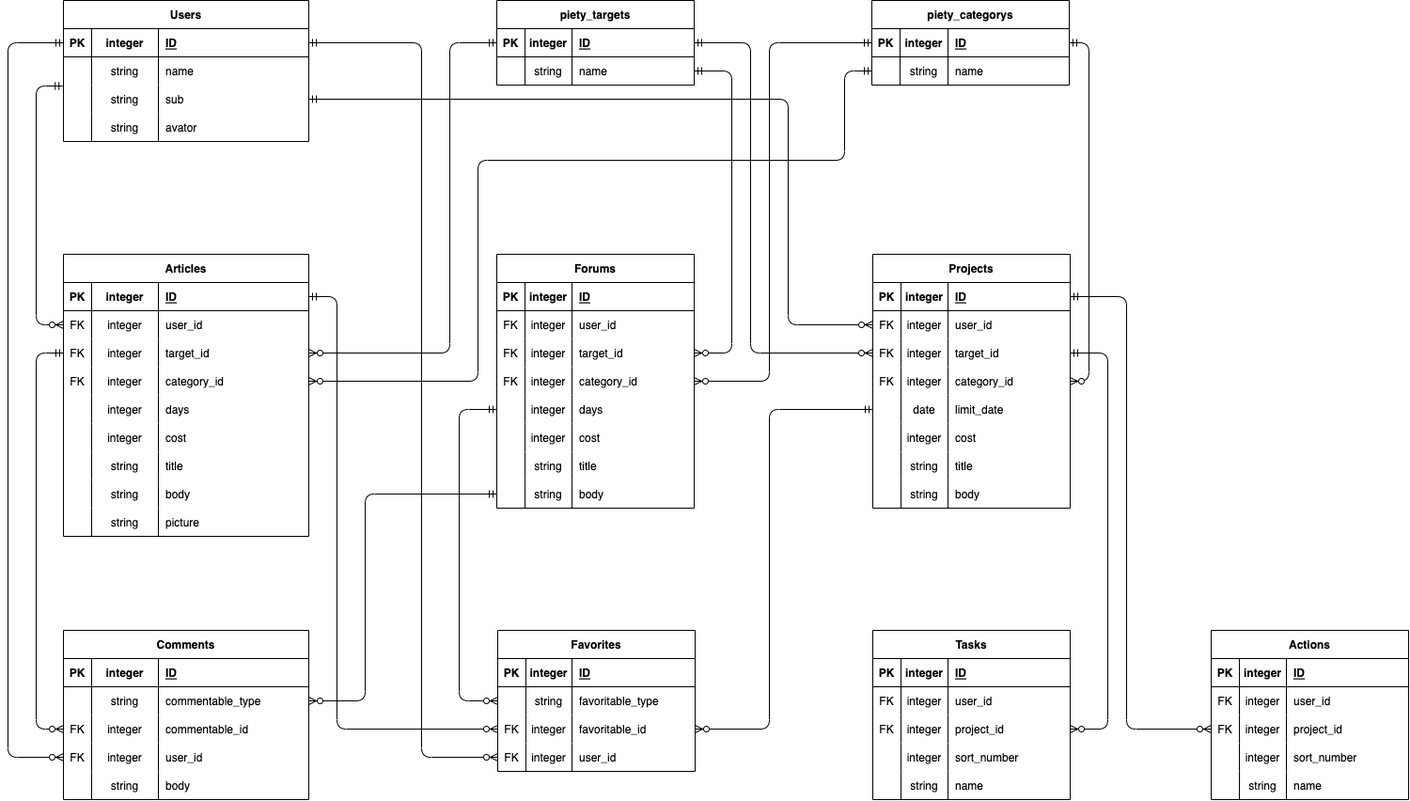
Earlier version of the draw.io export er.drawio.png (hibi6toshi/cocoaer). Source tidied: cells renumbered, new cells last; positions are measured from the earlier drawing's top-left corner, leaving out a move shared by most shapes.
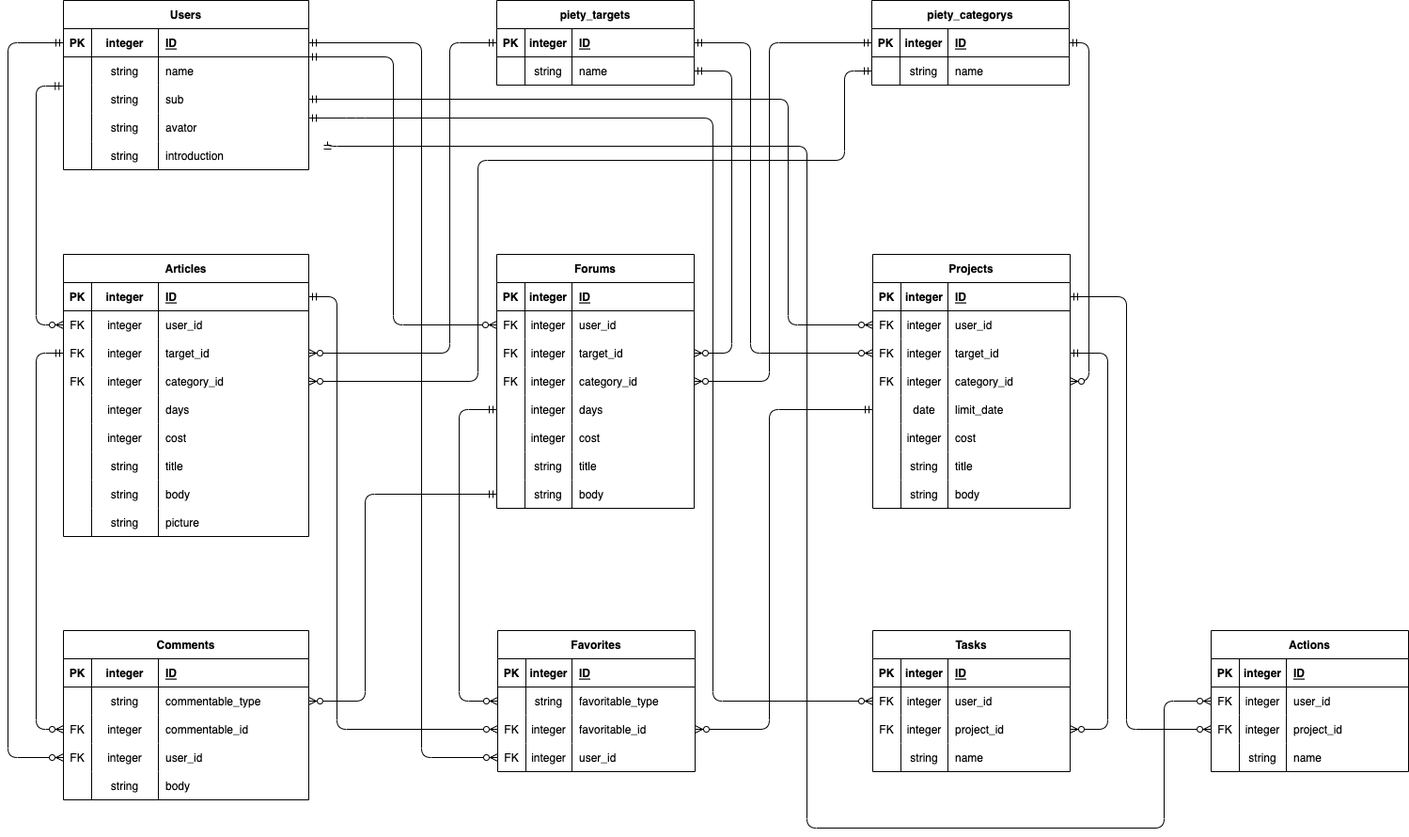
Later version of the same file.

Commit message:
sort_numberの削除

Change to the diagram source:
```diff
@@ -426,7 +426,7 @@
       <mxGeometry x="79" width="131" height="30" as="geometry" />
     </mxCell>
     <mxCell id="143" value="Users" style="shape=table;startSize=30;rowLines=0;fontStyle=1;align=center;" parent="1" vertex="1">
-      <mxGeometry x="59" width="261" height="150" as="geometry" />
+      <mxGeometry x="59" width="261" height="180" as="geometry" />
     </mxCell>
     <mxCell id="144" style="shape=tableRow;horizontal=0;startSize=0;swimlaneHead=0;swimlaneBody=0;fillColor=none;points=[[0,0.5],[1,0.5]];portConstraint=eastwest;top=0;left=0;right=0;bottom=1;" parent="143" vertex="1">
       <mxGeometry y="30" width="261" height="30" as="geometry" />
@@ -476,6 +476,18 @@
     <mxCell id="159" value="avator" style="shape=partialRectangle;fillColor=none;top=0;left=0;bottom=0;right=0;align=left;spacingLeft=6;overflow=hidden;" parent="156" vertex="1">
       <mxGeometry x="101" width="160" height="30" as="geometry" />
     </mxCell>
+    <mxCell id="240" style="shape=tableRow;horizontal=0;startSize=0;swimlaneHead=0;swimlaneBody=0;fillColor=none;top=0;left=0;right=0;bottom=0;" parent="143" vertex="1">
+      <mxGeometry y="150" width="261" height="30" as="geometry" />
+    </mxCell>
+    <mxCell id="241" style="shape=partialRectangle;fillColor=none;top=0;left=0;bottom=0;right=0;overflow=hidden;" parent="240" vertex="1">
+      <mxGeometry width="30" height="30" as="geometry" />
+    </mxCell>
+    <mxCell id="242" value="string" style="shape=partialRectangle;fillColor=none;top=0;left=0;bottom=0;right=0;overflow=hidden;" parent="240" vertex="1">
+      <mxGeometry x="30" width="71" height="30" as="geometry" />
+    </mxCell>
+    <mxCell id="243" value="introduction" style="shape=partialRectangle;fillColor=none;top=0;left=0;bottom=0;right=0;align=left;spacingLeft=6;overflow=hidden;" parent="240" vertex="1">
+      <mxGeometry x="101" width="160" height="30" as="geometry" />
+    </mxCell>
     <mxCell id="160" value="piety_categorys" style="shape=table;startSize=30;rowLines=0;fontStyle=1;align=center;" parent="1" vertex="1">
       <mxGeometry x="919" width="210" height="90" as="geometry" />
     </mxCell>
@@ -570,11 +582,12 @@
         </Array>
       </mxGeometry>
     </mxCell>
-    <mxCell id="183" style="edgeStyle=orthogonalEdgeStyle;fontSize=12;html=1;endArrow=ERzeroToMany;startArrow=ERmandOne;entryX=0;entryY=0.5;entryDx=0;entryDy=0;exitX=1;exitY=0.5;exitDx=0;exitDy=0;" parent="1" edge="1" source="x" target="98">
+    <mxCell id="183" style="edgeStyle=orthogonalEdgeStyle;fontSize=12;html=1;endArrow=ERzeroToMany;startArrow=ERmandOne;entryX=0;entryY=0.5;entryDx=0;entryDy=0;exitX=1;exitY=0.5;exitDx=0;exitDy=0;" parent="1" edge="1" target="98">
       <mxGeometry relative="1" as="geometry">
+        <mxPoint x="320" y="60" as="sourcePoint" />
         <Array as="points">
-          <mxPoint x="410" y="185" />
-          <mxPoint x="410" y="545" />
+          <mxPoint x="410" y="60" />
+          <mxPoint x="410" y="345" />
         </Array>
       </mxGeometry>
     </mxCell>
@@ -587,7 +600,7 @@
       </mxGeometry>
     </mxCell>
     <mxCell id="185" value="Tasks" style="shape=table;startSize=30;rowLines=0;fontStyle=1;align=center;" parent="1" vertex="1">
-      <mxGeometry x="920" y="670" width="210" height="180" as="geometry" />
+      <mxGeometry x="920" y="670" width="210" height="150" as="geometry" />
     </mxCell>
     <mxCell id="186" style="shape=tableRow;horizontal=0;startSize=0;swimlaneHead=0;swimlaneBody=0;fillColor=none;top=0;left=0;right=0;bottom=1;" parent="185" vertex="1">
       <mxGeometry y="30" width="210" height="30" as="geometry" />
@@ -625,20 +638,8 @@
     <mxCell id="197" value="project_id" style="shape=partialRectangle;fillColor=none;top=0;left=0;bottom=0;right=0;align=left;spacingLeft=6;overflow=hidden;" parent="194" vertex="1">
       <mxGeometry x="80" width="130" height="30" as="geometry" />
     </mxCell>
-    <mxCell id="198" style="shape=tableRow;horizontal=0;startSize=0;swimlaneHead=0;swimlaneBody=0;fillColor=none;top=0;left=0;right=0;bottom=0;" parent="185" vertex="1">
-      <mxGeometry y="120" width="210" height="30" as="geometry" />
-    </mxCell>
-    <mxCell id="199" style="shape=partialRectangle;fillColor=none;top=0;left=0;bottom=0;right=0;overflow=hidden;" parent="198" vertex="1">
-      <mxGeometry width="30" height="30" as="geometry" />
-    </mxCell>
-    <mxCell id="200" value="integer" style="shape=partialRectangle;fillColor=none;top=0;left=0;bottom=0;right=0;overflow=hidden;" parent="198" vertex="1">
-      <mxGeometry x="30" width="50" height="30" as="geometry" />
-    </mxCell>
-    <mxCell id="201" value="sort_number" style="shape=partialRectangle;fillColor=none;top=0;left=0;bottom=0;right=0;align=left;spacingLeft=6;overflow=hidden;" parent="198" vertex="1">
-      <mxGeometry x="80" width="130" height="30" as="geometry" />
-    </mxCell>
     <mxCell id="202" style="shape=tableRow;horizontal=0;startSize=0;swimlaneHead=0;swimlaneBody=0;fillColor=none;top=0;left=0;right=0;bottom=0;" parent="185" vertex="1">
-      <mxGeometry y="150" width="210" height="30" as="geometry" />
+      <mxGeometry y="120" width="210" height="30" as="geometry" />
     </mxCell>
     <mxCell id="203" style="shape=partialRectangle;fillColor=none;top=0;left=0;bottom=0;right=0;overflow=hidden;" parent="202" vertex="1">
       <mxGeometry width="30" height="30" as="geometry" />
@@ -650,7 +651,7 @@
       <mxGeometry x="80" width="130" height="30" as="geometry" />
     </mxCell>
     <mxCell id="206" value="Actions" style="shape=table;startSize=30;rowLines=0;fontStyle=1;align=center;" parent="1" vertex="1">
-      <mxGeometry x="1280" y="670" width="210" height="180" as="geometry" />
+      <mxGeometry x="1280" y="670" width="210" height="150" as="geometry" />
     </mxCell>
     <mxCell id="207" style="shape=tableRow;horizontal=0;startSize=0;swimlaneHead=0;swimlaneBody=0;fillColor=none;top=0;left=0;right=0;bottom=1;" parent="206" vertex="1">
       <mxGeometry y="30" width="210" height="30" as="geometry" />
@@ -688,20 +689,8 @@
     <mxCell id="218" value="project_id" style="shape=partialRectangle;fillColor=none;top=0;left=0;bottom=0;right=0;align=left;spacingLeft=6;overflow=hidden;" parent="215" vertex="1">
       <mxGeometry x="80" width="130" height="30" as="geometry" />
     </mxCell>
-    <mxCell id="219" style="shape=tableRow;horizontal=0;startSize=0;swimlaneHead=0;swimlaneBody=0;fillColor=none;top=0;left=0;right=0;bottom=0;" parent="206" vertex="1">
-      <mxGeometry y="120" width="210" height="30" as="geometry" />
-    </mxCell>
-    <mxCell id="220" style="shape=partialRectangle;fillColor=none;top=0;left=0;bottom=0;right=0;overflow=hidden;" parent="219" vertex="1">
-      <mxGeometry width="30" height="30" as="geometry" />
-    </mxCell>
-    <mxCell id="221" value="integer" style="shape=partialRectangle;fillColor=none;top=0;left=0;bottom=0;right=0;overflow=hidden;" parent="219" vertex="1">
-      <mxGeometry x="30" width="50" height="30" as="geometry" />
-    </mxCell>
-    <mxCell id="222" value="sort_number" style="shape=partialRectangle;fillColor=none;top=0;left=0;bottom=0;right=0;align=left;spacingLeft=6;overflow=hidden;" parent="219" vertex="1">
-      <mxGeometry x="80" width="130" height="30" as="geometry" />
-    </mxCell>
     <mxCell id="223" style="shape=tableRow;horizontal=0;startSize=0;swimlaneHead=0;swimlaneBody=0;fillColor=none;top=0;left=0;right=0;bottom=0;" parent="206" vertex="1">
-      <mxGeometry y="150" width="210" height="30" as="geometry" />
+      <mxGeometry y="120" width="210" height="30" as="geometry" />
     </mxCell>
     <mxCell id="224" style="shape=partialRectangle;fillColor=none;top=0;left=0;bottom=0;right=0;overflow=hidden;" parent="223" vertex="1">
       <mxGeometry width="30" height="30" as="geometry" />
@@ -712,21 +701,25 @@
     <mxCell id="226" value="name" style="shape=partialRectangle;fillColor=none;top=0;left=0;bottom=0;right=0;align=left;spacingLeft=6;overflow=hidden;" parent="223" vertex="1">
       <mxGeometry x="80" width="130" height="30" as="geometry" />
     </mxCell>
-    <mxCell id="227" style="edgeStyle=orthogonalEdgeStyle;fontSize=12;html=1;endArrow=ERzeroToMany;startArrow=ERmandOne;exitX=1;exitY=0.5;exitDx=0;exitDy=0;entryX=0;entryY=0.5;entryDx=0;entryDy=0;" parent="1" edge="1" source="x" target="190">
+    <mxCell id="227" style="edgeStyle=orthogonalEdgeStyle;fontSize=12;html=1;endArrow=ERzeroToMany;startArrow=ERmandOne;entryX=0;entryY=0.5;entryDx=0;entryDy=0;" parent="1" edge="1" target="190">
       <mxGeometry relative="1" as="geometry">
+        <mxPoint x="320" y="125" as="sourcePoint" />
         <Array as="points">
+          <mxPoint x="370" y="125" />
           <mxPoint x="750" y="125" />
-          <mxPoint x="750" y="945" />
+          <mxPoint x="750" y="745" />
         </Array>
       </mxGeometry>
     </mxCell>
-    <mxCell id="228" style="edgeStyle=orthogonalEdgeStyle;fontSize=12;html=1;endArrow=ERzeroToMany;startArrow=ERmandOne;exitX=1;exitY=0.5;exitDx=0;exitDy=0;entryX=0;entryY=0.5;entryDx=0;entryDy=0;" parent="1" edge="1" source="x" target="211">
+    <mxCell id="228" style="edgeStyle=orthogonalEdgeStyle;fontSize=12;html=1;endArrow=ERzeroToMany;startArrow=ERmandOne;exitX=1;exitY=0.5;exitDx=0;exitDy=0;entryX=0;entryY=0.5;entryDx=0;entryDy=0;" parent="1" edge="1" target="211">
       <mxGeometry relative="1" as="geometry">
+        <mxPoint x="340" y="150" as="sourcePoint" />
         <Array as="points">
+          <mxPoint x="340" y="155" />
           <mxPoint x="850" y="155" />
-          <mxPoint x="850" y="840" />
-          <mxPoint x="1150" y="840" />
-          <mxPoint x="1150" y="945" />
+          <mxPoint x="850" y="880" />
+          <mxPoint x="1230" y="880" />
+          <mxPoint x="1230" y="745" />
         </Array>
       </mxGeometry>
     </mxCell>
```
